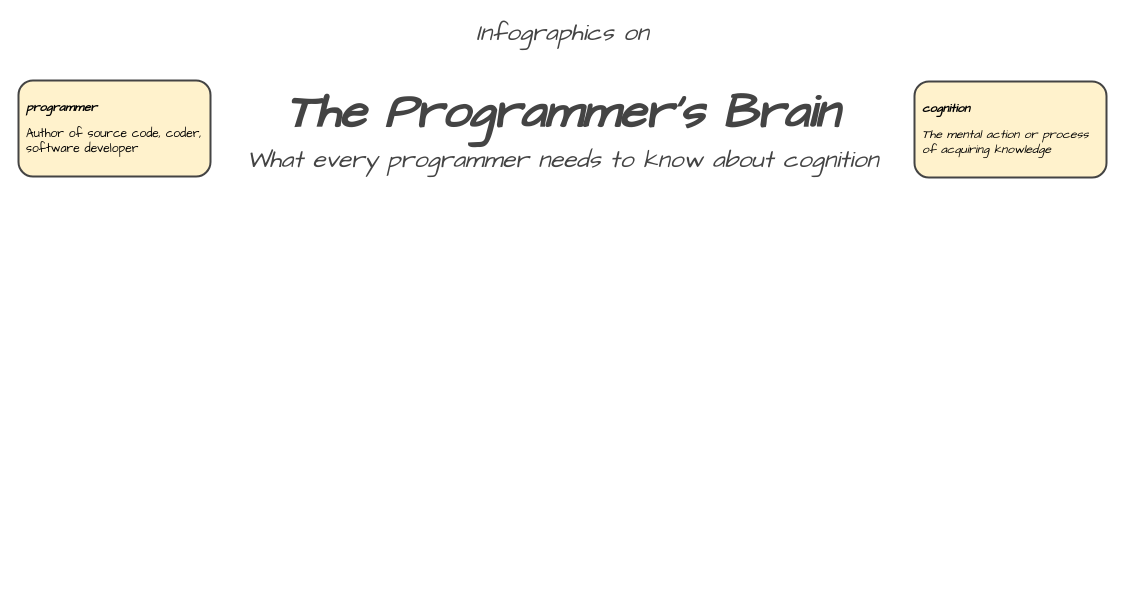
The draw.io diagram the-programmers-brain-info-grahics.drawio in HenrikSamuelsson/reading-the-programmers-brain, before the edit. Source tidied: cells renumbered, new cells numbered last; positions are measured from the earlier drawing's top-left corner, leaving out a move shared by most shapes. Both pictures are drawn from the tidied source at 100%, with x=0, y=0 at pixel (18, 17).
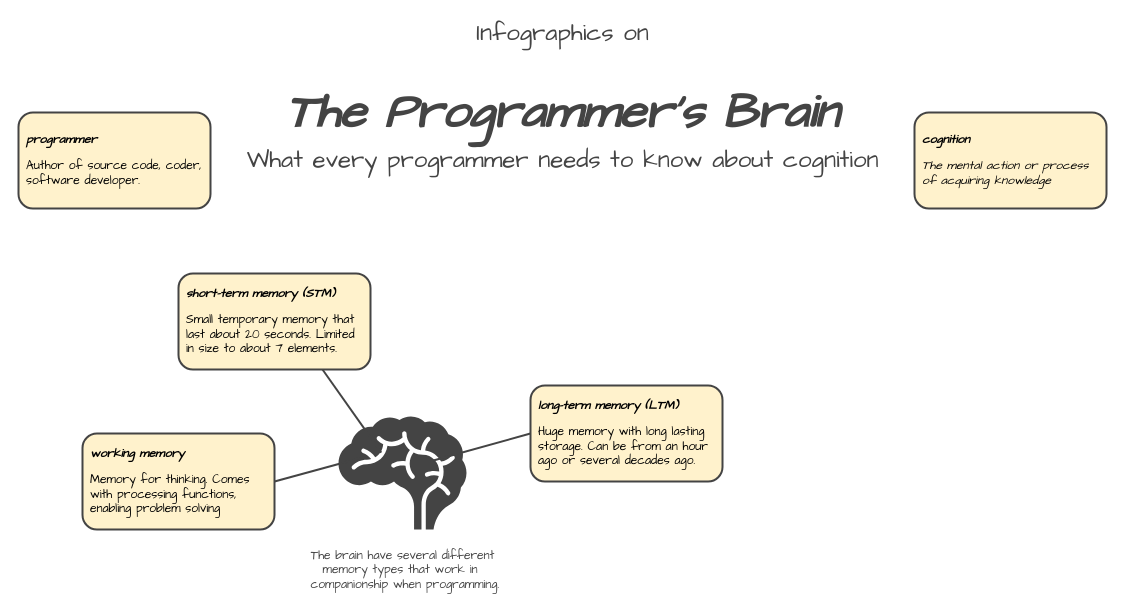
After the change.

The edit, as a diff of the source:
```diff
@@
 <mxGraphModel>
   <root>
     <mxCell id="0" />
     <mxCell id="1" parent="0" />
-    <mxCell id="2" value="Infographics on" style="text;html=1;strokeColor=none;fillColor=none;align=center;verticalAlign=middle;rounded=0;labelBackgroundColor=none;fontFamily=Comic Sans MS;fontSize=24;fontColor=#444444;fontStyle=2;" parent="1" vertex="1">
+    <mxCell id="2" value="&lt;span style=&quot;font-style: normal;&quot;&gt;Infographics on&lt;/span&gt;" style="text;html=1;strokeColor=none;fillColor=none;align=center;verticalAlign=middle;rounded=0;labelBackgroundColor=none;fontFamily=Comic Sans MS;fontSize=24;fontColor=#444444;fontStyle=2;" parent="1" vertex="1">
       <mxGeometry width="1088" height="32" as="geometry" />
     </mxCell>
     <mxCell id="3" value="&lt;b style=&quot;font-size: 48px;&quot;&gt;&lt;i style=&quot;font-size: 48px;&quot;&gt;The Programmer's Brain&lt;/i&gt;&lt;/b&gt;" style="text;html=1;strokeColor=none;fillColor=none;align=center;verticalAlign=middle;whiteSpace=wrap;rounded=0;shadow=0;labelBackgroundColor=none;sketch=0;strokeWidth=2;fontFamily=Comic Sans MS;fontSize=48;fontColor=#444444;" parent="1" vertex="1">
       <mxGeometry y="64" width="1088" height="64" as="geometry" />
     </mxCell>
-    <mxCell id="4" value="What every programmer needs to know about cognition" style="text;html=1;strokeColor=none;fillColor=none;align=center;verticalAlign=middle;rounded=0;labelBackgroundColor=none;fontFamily=Comic Sans MS;fontSize=24;fontColor=#444444;fontStyle=2;" parent="1" vertex="1">
-      <mxGeometry y="127" width="1088" height="32" as="geometry" />
+    <mxCell id="4" value="What every programmer needs to know about cognition" style="text;html=1;strokeColor=none;fillColor=none;align=center;verticalAlign=middle;rounded=0;labelBackgroundColor=none;fontFamily=Comic Sans MS;fontSize=24;fontColor=#444444;fontStyle=0;" parent="1" vertex="1">
+      <mxGeometry x="224" y="127" width="640" height="32" as="geometry" />
     </mxCell>
-    <mxCell id="5" value="&lt;p style=&quot;line-height: 120%;&quot;&gt;&lt;b&gt;&lt;i&gt;programmer&lt;/i&gt;&lt;/b&gt;&lt;/p&gt;&lt;p style=&quot;line-height: 120%;&quot;&gt;Author of source code, coder, software developer&lt;/p&gt;" style="rounded=1;whiteSpace=wrap;html=1;labelBackgroundColor=none;fontFamily=Comic Sans MS;fontSize=12;strokeColor=#444444;shadow=0;align=left;spacing=8;fillColor=#fff2cc;verticalAlign=middle;strokeWidth=2;" parent="1" vertex="1">
-      <mxGeometry y="63" width="192" height="96" as="geometry" />
+    <mxCell id="5" value="&lt;p style=&quot;line-height: 120%;&quot;&gt;&lt;b&gt;&lt;i&gt;programmer&lt;/i&gt;&lt;/b&gt;&lt;/p&gt;&lt;p style=&quot;line-height: 120%;&quot;&gt;Author of source code, coder, software developer.&lt;/p&gt;" style="rounded=1;whiteSpace=wrap;html=1;labelBackgroundColor=none;fontFamily=Comic Sans MS;fontSize=12;strokeColor=#444444;shadow=0;align=left;spacing=8;fillColor=#fff2cc;verticalAlign=middle;strokeWidth=2;" parent="1" vertex="1">
+      <mxGeometry y="95" width="192" height="96" as="geometry" />
     </mxCell>
     <mxCell id="6" value="&lt;p style=&quot;line-height: 120%;&quot;&gt;&lt;b&gt;&lt;i&gt;cognition&lt;/i&gt;&lt;/b&gt;&lt;/p&gt;&lt;p style=&quot;line-height: 120%;&quot;&gt;&lt;i&gt;The mental action or process of acquiring knowledge&lt;/i&gt;&lt;/p&gt;" style="rounded=1;whiteSpace=wrap;html=1;labelBackgroundColor=none;fontFamily=Comic Sans MS;fontSize=12;strokeColor=#444444;shadow=0;align=left;spacing=8;fillColor=#fff2cc;verticalAlign=middle;strokeWidth=2;" parent="1" vertex="1">
-      <mxGeometry x="896" y="64" width="192" height="96" as="geometry" />
+      <mxGeometry x="896" y="95" width="192" height="96" as="geometry" />
     </mxCell>
+    <mxCell id="7" style="shape=mxgraph.signs.healthcare.brain;html=1;fillColor=#444444;strokeColor=none;verticalLabelPosition=bottom;verticalAlign=top;align=center;fontColor=#CCE5FB;" parent="1" vertex="1">
+      <mxGeometry x="320" y="399" width="128" height="113" as="geometry" />
+    </mxCell>
+    <mxCell id="8" style="rounded=0;jettySize=auto;html=1;strokeWidth=2;strokeColor=#444444;endArrow=none;endFill=0;exitX=0;exitY=0.5;exitDx=0;exitDy=0;entryX=0.741;entryY=0.389;entryDx=0;entryDy=0;entryPerimeter=0;" parent="1" edge="1" source="9" target="7">
+      <mxGeometry relative="1" as="geometry" />
+    </mxCell>
+    <mxCell id="9" value="&lt;p style=&quot;line-height: 120%;&quot;&gt;&lt;b&gt;&lt;i&gt;long-term memory (LTM)&lt;/i&gt;&lt;/b&gt;&lt;/p&gt;&lt;p style=&quot;line-height: 120%;&quot;&gt;Huge memory with long lasting storage. Can be from an hour ago or several decades ago.&lt;/p&gt;" style="rounded=1;whiteSpace=wrap;html=1;labelBackgroundColor=none;fontFamily=Comic Sans MS;fontSize=12;strokeColor=#444444;shadow=0;align=left;spacing=8;fillColor=#fff2cc;verticalAlign=middle;strokeWidth=2;" parent="1" vertex="1">
+      <mxGeometry x="512" y="368" width="192" height="96" as="geometry" />
+    </mxCell>
+    <mxCell id="10" style="edgeStyle=none;rounded=0;jettySize=auto;html=1;exitX=0.75;exitY=1;exitDx=0;exitDy=0;strokeColor=#444444;strokeWidth=2;endArrow=none;endFill=0;entryX=0.334;entryY=0.319;entryDx=0;entryDy=0;entryPerimeter=0;" parent="1" edge="1" source="11" target="7">
+      <mxGeometry relative="1" as="geometry" />
+    </mxCell>
+    <mxCell id="11" value="&lt;p style=&quot;line-height: 120%;&quot;&gt;&lt;b&gt;&lt;i&gt;short-term memory (STM)&lt;/i&gt;&lt;/b&gt;&lt;/p&gt;&lt;p style=&quot;line-height: 120%;&quot;&gt;Small temporary memory that last about 20 seconds. Limited in size to about 7 elements.&amp;nbsp;&lt;/p&gt;" style="rounded=1;whiteSpace=wrap;html=1;labelBackgroundColor=none;fontFamily=Comic Sans MS;fontSize=12;strokeColor=#444444;shadow=0;align=left;spacing=8;fillColor=#fff2cc;verticalAlign=middle;strokeWidth=2;" parent="1" vertex="1">
+      <mxGeometry x="160" y="256" width="192" height="96" as="geometry" />
+    </mxCell>
+    <mxCell id="12" style="edgeStyle=none;rounded=0;jettySize=auto;html=1;exitX=1;exitY=0.5;exitDx=0;exitDy=0;strokeColor=#444444;strokeWidth=2;endArrow=none;endFill=0;" parent="1" edge="1" source="13">
+      <mxGeometry relative="1" as="geometry">
+        <mxPoint x="344" y="440" as="targetPoint" />
+      </mxGeometry>
+    </mxCell>
+    <mxCell id="13" value="&lt;p style=&quot;line-height: 120%;&quot;&gt;&lt;b&gt;&lt;i&gt;working memory&lt;/i&gt;&lt;/b&gt;&lt;/p&gt;&lt;p style=&quot;line-height: 120%;&quot;&gt;Memory for thinking. Comes with processing functions, enabling problem solving&lt;/p&gt;" style="rounded=1;whiteSpace=wrap;html=1;labelBackgroundColor=none;fontFamily=Comic Sans MS;fontSize=12;strokeColor=#444444;shadow=0;align=left;spacing=8;fillColor=#fff2cc;verticalAlign=middle;strokeWidth=2;" parent="1" vertex="1">
+      <mxGeometry x="64" y="416" width="192" height="96" as="geometry" />
+    </mxCell>
+    <mxCell id="14" value="&lt;span style=&quot;font-style: normal; font-size: 12px;&quot;&gt;The brain have several different&lt;br&gt;memory types that work in&amp;nbsp;&lt;br&gt;&amp;nbsp;companionship when programming.&lt;/span&gt;" style="text;html=1;strokeColor=none;fillColor=none;align=center;verticalAlign=middle;rounded=0;labelBackgroundColor=none;fontFamily=Comic Sans MS;fontSize=12;fontColor=#444444;fontStyle=2;" parent="1" vertex="1">
+      <mxGeometry x="214" y="530" width="340" height="46" as="geometry" />
+    </mxCell>
   </root>
 </mxGraphModel>
```
